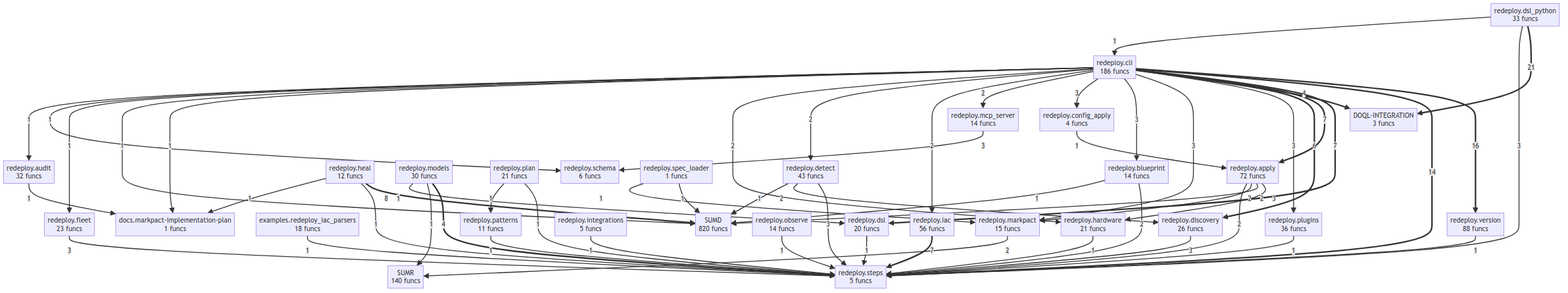
Earlier version of the Mermaid export project/compact_flow.png (maskservice/redeploy). Its source is kept beside it as project/compact_flow.mmd.
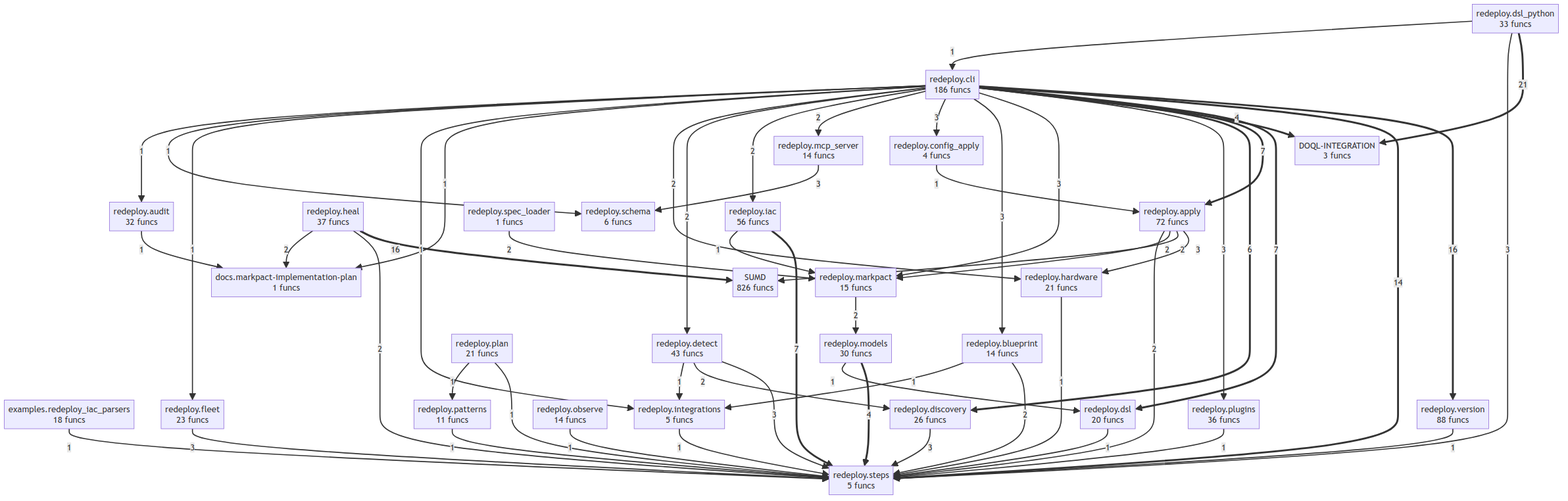
The same diagram one commit later.

What changed in the source:
```diff
@@ -1,7 +1,6 @@
 flowchart TD
     DOQL_INTEGRATION["DOQL-INTEGRATION<br/>3 funcs"]
-    SUMD["SUMD<br/>820 funcs"]
-    SUMR["SUMR<br/>140 funcs"]
+    SUMD["SUMD<br/>826 funcs"]
     docs__markpact_implementation_plan["docs.markpact-implementation-plan<br/>1 funcs"]
     examples__redeploy_iac_parsers["examples.redeploy_iac_parsers<br/>18 funcs"]
     redeploy__apply["redeploy.apply<br/>72 funcs"]
@@ -15,7 +14,7 @@
     redeploy__dsl_python["redeploy.dsl_python<br/>33 funcs"]
     redeploy__fleet["redeploy.fleet<br/>23 funcs"]
     redeploy__hardware["redeploy.hardware<br/>21 funcs"]
-    redeploy__heal["redeploy.heal<br/>12 funcs"]
+    redeploy__heal["redeploy.heal<br/>37 funcs"]
     redeploy__iac["redeploy.iac<br/>56 funcs"]
     redeploy__integrations["redeploy.integrations<br/>5 funcs"]
     redeploy__markpact["redeploy.markpact<br/>15 funcs"]
@@ -31,14 +30,14 @@
     redeploy__version["redeploy.version<br/>88 funcs"]
     redeploy__dsl_python ==>|21| DOQL_INTEGRATION
     redeploy__cli ==>|16| redeploy__version
+    redeploy__heal ==>|16| SUMD
     redeploy__cli ==>|14| redeploy__steps
-    redeploy__heal ==>|8| SUMD
     redeploy__cli ==>|7| redeploy__dsl
     redeploy__cli ==>|7| redeploy__apply
     redeploy__iac ==>|7| redeploy__steps
     redeploy__cli ==>|6| redeploy__discovery
+    redeploy__models ==>|4| redeploy__steps
     redeploy__cli ==>|4| DOQL_INTEGRATION
-    redeploy__models ==>|4| redeploy__steps
     redeploy__fleet -->|3| redeploy__steps
     redeploy__discovery -->|3| redeploy__steps
     redeploy__mcp_server -->|3| redeploy__schema
@@ -49,25 +48,27 @@
     redeploy__cli -->|3| redeploy__config_apply
     redeploy__dsl_python -->|3| redeploy__steps
     redeploy__apply -->|3| redeploy__hardware
+    redeploy__spec_loader -->|2| redeploy__markpact
     redeploy__detect -->|2| redeploy__discovery
     redeploy__cli -->|2| redeploy__mcp_server
     redeploy__cli -->|2| redeploy__iac
     redeploy__cli -->|2| redeploy__detect
     redeploy__cli -->|2| redeploy__hardware
+    redeploy__markpact -->|2| redeploy__models
     redeploy__apply -->|2| SUMD
     redeploy__apply -->|2| redeploy__markpact
     redeploy__apply -->|2| redeploy__steps
     redeploy__blueprint -->|2| redeploy__steps
-    redeploy__markpact -->|2| SUMR
+    redeploy__heal -->|2| redeploy__steps
+    redeploy__heal -->|2| docs__markpact_implementation_plan
     redeploy__observe -->|1| redeploy__steps
-    redeploy__spec_loader -->|1| SUMD
-    redeploy__spec_loader -->|1| redeploy__markpact
+    redeploy__models -->|1| redeploy__dsl
     redeploy__patterns -->|1| redeploy__steps
     redeploy__audit -->|1| docs__markpact_implementation_plan
-    redeploy__detect -->|1| SUMD
+    redeploy__detect -->|1| redeploy__integrations
     redeploy__config_apply -->|1| redeploy__apply
     redeploy__cli -->|1| docs__markpact_implementation_plan
-    redeploy__cli -->|1| SUMD
+    redeploy__cli -->|1| redeploy__integrations
     redeploy__cli -->|1| redeploy__fleet
     redeploy__cli -->|1| redeploy__schema
     redeploy__cli -->|1| redeploy__audit
@@ -77,11 +78,8 @@
     redeploy__version -->|1| redeploy__steps
     redeploy__plan -->|1| redeploy__steps
     redeploy__plan -->|1| redeploy__patterns
-    redeploy__blueprint -->|1| SUMD
+    redeploy__blueprint -->|1| redeploy__integrations
+    redeploy__integrations -->|1| redeploy__steps
     redeploy__dsl -->|1| redeploy__steps
+    redeploy__iac -->|1| redeploy__markpact
     examples__redeploy_iac_parsers -->|1| redeploy__steps
-    redeploy__integrations -->|1| redeploy__steps
-    redeploy__heal -->|1| redeploy__steps
-    redeploy__heal -->|1| docs__markpact_implementation_plan
-    redeploy__models -->|1| SUMR
-    redeploy__models -->|1| redeploy__dsl
```
